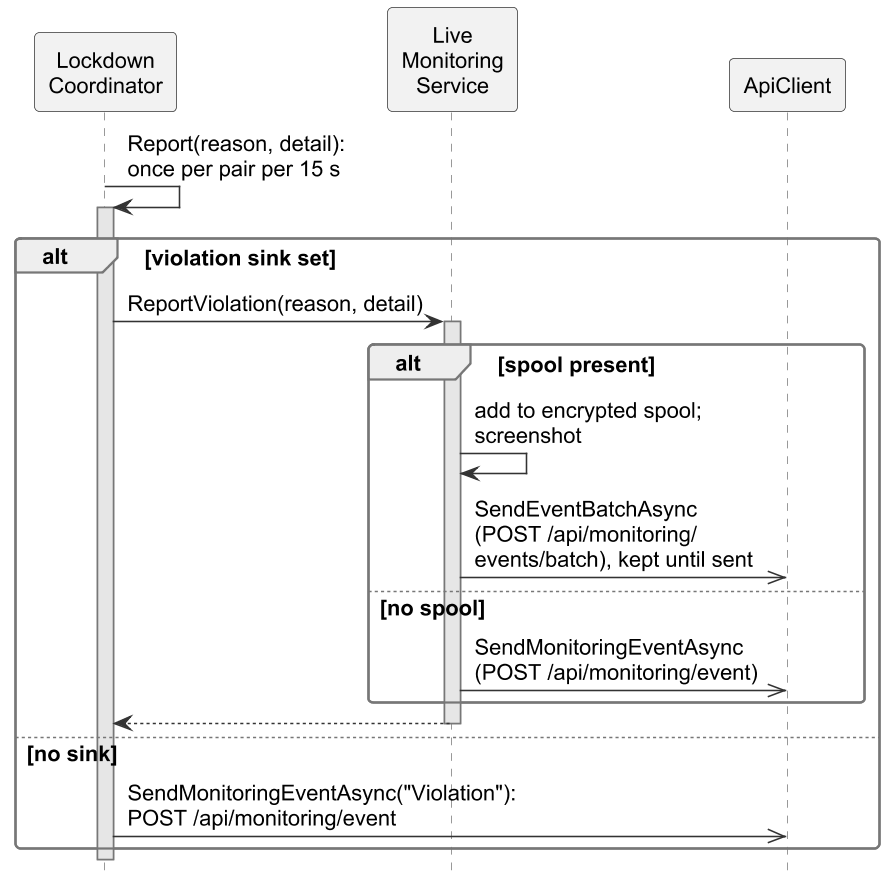
Above: important docs/fyp_doc_3chatp/Figures/seq_lockdown_b.png in Haiderali27-hub/AI-Lab-Monitoring- (PlantUML), before the change.
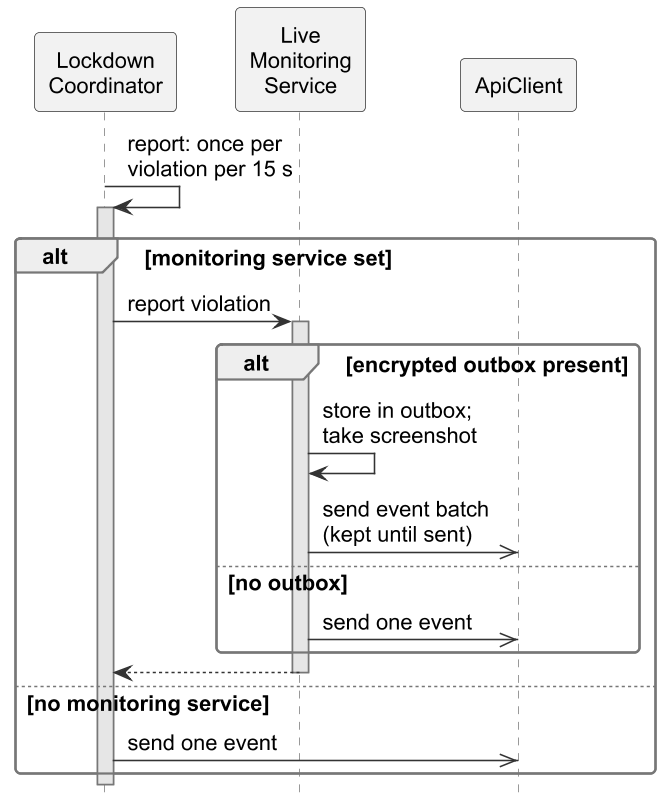
The same file after the commit.

The edit, as a diff of the source:
```diff
@@ -6,36 +6,28 @@
 hide unlinked
 skinparam ParticipantPadding 2
 skinparam BoxPadding 2
-skinparam maxMessageSize 200
 skinparam sequence {
   MessageAlign left
   LifeLineBackgroundColor #E6E6E6
 }
 
-participant "Exam\nWindow" as EW
 participant "Lockdown\nCoordinator" as LC
-participant "TaskManager\nRegistry\nGuard" as TM
-participant "Keyboard\nHook\nService" as KB
-participant "Clipboard\nGuard\nService" as CB
-participant "Process\nGuard\nService" as PG
-participant "Device\nGuard\nService" as DG
 participant "Live\nMonitoring\nService" as LMS
 participant "ApiClient" as API
-LC -> LC ++ : Report(reason, detail):\nonce per pair per 15 s
-alt violation sink set
-  LC -> LMS : ReportViolation(reason, detail)
+LC -> LC ++ : report: once per\nviolation per 15 s
+alt monitoring service set
+  LC -> LMS : report violation
   activate LMS
-  alt spool present
-    LMS -> LMS : add to encrypted spool; screenshot
-    LMS ->> API : SendEventBatchAsync\n(POST /api/monitoring/\nevents/batch), kept until sent
-  else no spool
-    LMS ->> API : SendMonitoringEventAsync\n(POST /api/monitoring/event)
+  alt encrypted outbox present
+    LMS -> LMS : store in outbox;\ntake screenshot
+    LMS ->> API : send event batch\n(kept until sent)
+  else no outbox
+    LMS ->> API : send one event
   end
   LMS --> LC
   deactivate LMS
-else no sink
-  LC ->> API : SendMonitoringEventAsync("Violation"): POST /api/monitoring/event
+else no monitoring service
+  LC ->> API : send one event
 end
 deactivate LC
-
 @enduml
```
